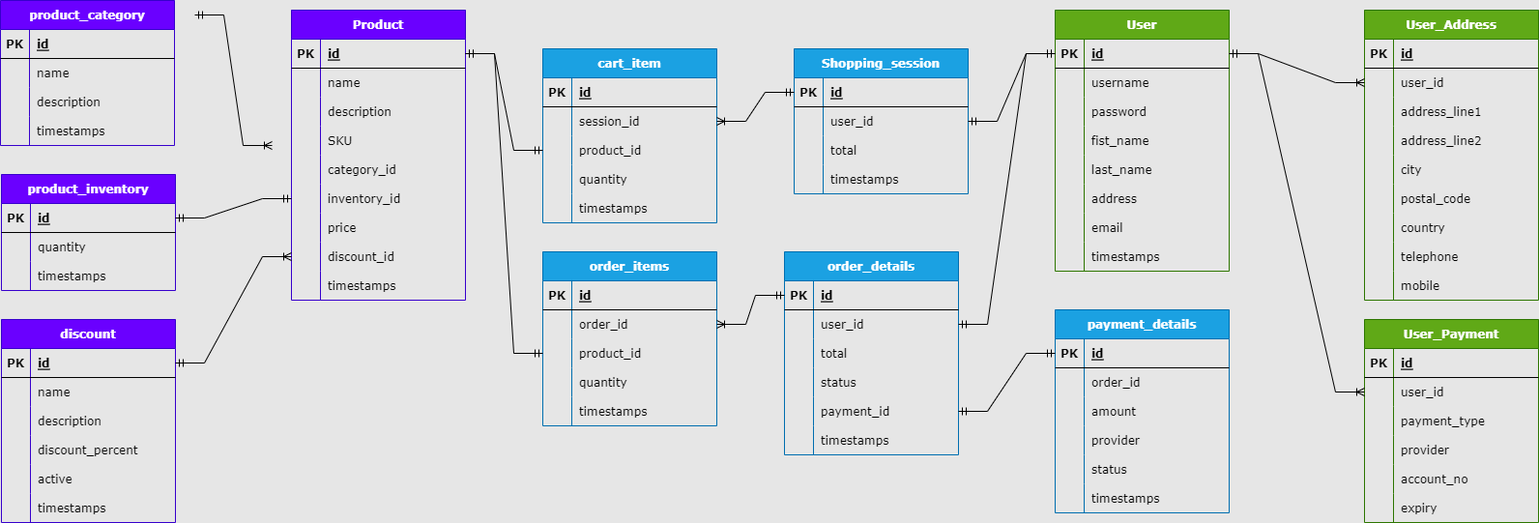
Before: ecommercedb.png, a diagram exported from draw.io (Gross-Franco/E-Commerce). Source tidied: cells renumbered, new cells last; positions are measured from the earlier drawing's top-left corner, leaving out a move shared by most shapes.
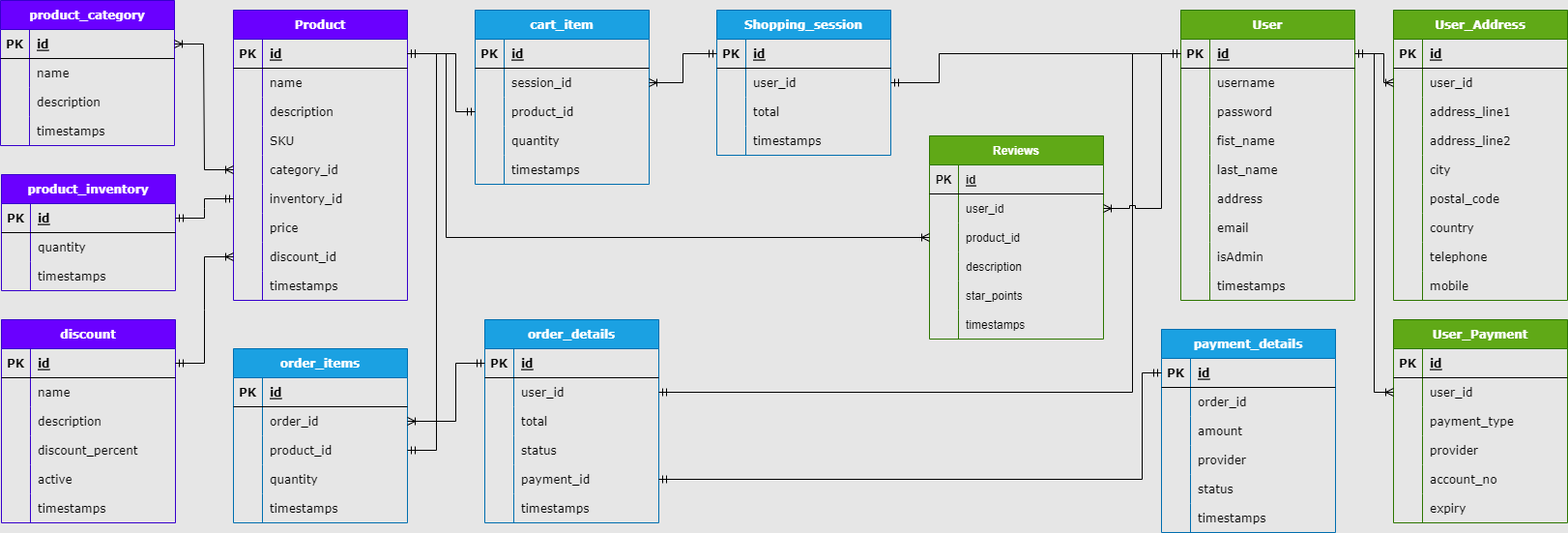
After the change.

What changed in the source:
```diff
@@ -3,7 +3,7 @@
     <mxCell id="0" />
     <mxCell id="1" parent="0" />
     <mxCell id="2" value="User" style="shape=table;startSize=30;rowLines=0;fontStyle=1;align=center;fontFamily=Verdana;fillColor=#60a917;fontColor=#ffffff;strokeColor=#2D7600;" parent="1" vertex="1">
-      <mxGeometry x="1091" y="10" width="180" height="270" as="geometry" />
+      <mxGeometry x="1221" y="10" width="180" height="300" as="geometry" />
     </mxCell>
     <mxCell id="3" style="shape=tableRow;horizontal=0;startSize=0;swimlaneHead=0;swimlaneBody=0;fillColor=none;points=[[0,0.5],[1,0.5]];portConstraint=eastwest;top=0;left=0;right=0;bottom=1;fontFamily=Verdana;" parent="2" vertex="1">
       <mxGeometry y="30" width="180" height="30" as="geometry" />
@@ -68,8 +68,17 @@
     <mxCell id="23" value="email" style="shape=partialRectangle;fillColor=none;top=0;left=0;bottom=0;right=0;align=left;spacingLeft=6;overflow=hidden;fontFamily=Verdana;" parent="21" vertex="1">
       <mxGeometry x="30" width="150" height="30" as="geometry" />
     </mxCell>
+    <mxCell id="239" style="shape=tableRow;horizontal=0;startSize=0;swimlaneHead=0;swimlaneBody=0;fillColor=none;top=0;left=0;right=0;bottom=0;fontFamily=Verdana;" parent="2" vertex="1">
+      <mxGeometry y="240" width="180" height="30" as="geometry" />
+    </mxCell>
+    <mxCell id="240" style="shape=partialRectangle;fillColor=none;top=0;left=0;bottom=0;right=0;overflow=hidden;fontFamily=Verdana;" parent="239" vertex="1">
+      <mxGeometry width="30" height="30" as="geometry" />
+    </mxCell>
+    <mxCell id="241" value="isAdmin" style="shape=partialRectangle;fillColor=none;top=0;left=0;bottom=0;right=0;align=left;spacingLeft=6;overflow=hidden;fontFamily=Verdana;" parent="239" vertex="1">
+      <mxGeometry x="30" width="150" height="30" as="geometry" />
+    </mxCell>
     <mxCell id="24" style="shape=tableRow;horizontal=0;startSize=0;swimlaneHead=0;swimlaneBody=0;fillColor=none;top=0;left=0;right=0;bottom=0;fontFamily=Verdana;" parent="2" vertex="1">
-      <mxGeometry y="240" width="180" height="30" as="geometry" />
+      <mxGeometry y="270" width="180" height="30" as="geometry" />
     </mxCell>
     <mxCell id="25" style="shape=partialRectangle;fillColor=none;top=0;left=0;bottom=0;right=0;overflow=hidden;fontFamily=Verdana;" parent="24" vertex="1">
       <mxGeometry width="30" height="30" as="geometry" />
@@ -78,7 +87,7 @@
       <mxGeometry x="30" width="150" height="30" as="geometry" />
     </mxCell>
     <mxCell id="27" value="User_Address" style="shape=table;startSize=30;rowLines=0;fontStyle=1;align=center;fontFamily=Verdana;fillColor=#60a917;fontColor=#ffffff;strokeColor=#2D7600;" parent="1" vertex="1">
-      <mxGeometry x="1411" y="10" width="180" height="300" as="geometry" />
+      <mxGeometry x="1441" y="10" width="180" height="300" as="geometry" />
     </mxCell>
     <mxCell id="28" style="shape=tableRow;horizontal=0;startSize=0;swimlaneHead=0;swimlaneBody=0;fillColor=none;top=0;left=0;right=0;bottom=1;fontFamily=Verdana;" parent="27" vertex="1">
       <mxGeometry y="30" width="180" height="30" as="geometry" />
@@ -162,7 +171,7 @@
       <mxGeometry x="30" width="150" height="30" as="geometry" />
     </mxCell>
     <mxCell id="55" value="User_Payment" style="shape=table;startSize=30;rowLines=0;fontStyle=1;align=center;fontFamily=Verdana;fillColor=#60a917;fontColor=#ffffff;strokeColor=#2D7600;" parent="1" vertex="1">
-      <mxGeometry x="1411" y="330" width="180" height="210" as="geometry" />
+      <mxGeometry x="1441" y="330" width="180" height="210" as="geometry" />
     </mxCell>
     <mxCell id="56" style="shape=tableRow;horizontal=0;startSize=0;swimlaneHead=0;swimlaneBody=0;fillColor=none;top=0;left=0;right=0;bottom=1;fontFamily=Verdana;" parent="55" vertex="1">
       <mxGeometry y="30" width="180" height="30" as="geometry" />
@@ -219,7 +228,7 @@
       <mxGeometry x="30" width="150" height="30" as="geometry" />
     </mxCell>
     <mxCell id="74" value="Product" style="shape=table;startSize=30;rowLines=0;fontStyle=1;align=center;fontFamily=Verdana;fillColor=#6a00ff;fontColor=#ffffff;strokeColor=#3700CC;" parent="1" vertex="1">
-      <mxGeometry x="301" y="10" width="180" height="300" as="geometry" />
+      <mxGeometry x="241" y="10" width="180" height="300" as="geometry" />
     </mxCell>
     <mxCell id="75" style="shape=tableRow;horizontal=0;startSize=0;swimlaneHead=0;swimlaneBody=0;fillColor=none;points=[[0,0.5],[1,0.5]];portConstraint=eastwest;top=0;left=0;right=0;bottom=1;fontFamily=Verdana;" parent="74" vertex="1">
       <mxGeometry y="30" width="180" height="30" as="geometry" />
@@ -428,12 +437,6 @@
     <mxCell id="143" value="timestamps" style="shape=partialRectangle;fillColor=none;top=0;left=0;bottom=0;right=0;align=left;spacingLeft=6;overflow=hidden;fontFamily=Verdana;" parent="141" vertex="1">
       <mxGeometry x="30" width="150" height="30" as="geometry" />
     </mxCell>
-    <mxCell id="144" style="edgeStyle=entityRelationEdgeStyle;fontSize=12;html=1;endArrow=ERoneToMany;startArrow=ERmandOne;rounded=0;fontFamily=Verdana;" parent="1" edge="1">
-      <mxGeometry relative="1" as="geometry">
-        <mxPoint x="201" y="15" as="sourcePoint" />
-        <mxPoint x="281" y="150" as="targetPoint" />
-      </mxGeometry>
-    </mxCell>
     <mxCell id="145" style="edgeStyle=entityRelationEdgeStyle;fontSize=12;html=1;endArrow=ERmandOne;startArrow=ERmandOne;rounded=0;fontFamily=Verdana;" parent="1" edge="1" source="103" target="90">
       <mxGeometry relative="1" as="geometry" />
     </mxCell>
@@ -441,7 +444,7 @@
       <mxGeometry relative="1" as="geometry" />
     </mxCell>
     <mxCell id="147" value="Shopping_session" style="shape=table;startSize=30;rowLines=0;fontStyle=1;align=center;fontFamily=Verdana;fillColor=#1ba1e2;fontColor=#ffffff;strokeColor=#006EAF;" parent="1" vertex="1">
-      <mxGeometry x="821" y="50" width="180" height="150" as="geometry" />
+      <mxGeometry x="741" y="10" width="180" height="150" as="geometry" />
     </mxCell>
     <mxCell id="148" style="shape=tableRow;horizontal=0;startSize=0;swimlaneHead=0;swimlaneBody=0;fillColor=none;points=[[0,0.5],[1,0.5]];portConstraint=eastwest;top=0;left=0;right=0;bottom=1;fontFamily=Verdana;" parent="147" vertex="1">
       <mxGeometry y="30" width="180" height="30" as="geometry" />
@@ -480,7 +483,7 @@
       <mxGeometry x="30" width="150" height="30" as="geometry" />
     </mxCell>
     <mxCell id="160" value="cart_item" style="shape=table;startSize=30;rowLines=0;fontStyle=1;align=center;fontFamily=Verdana;fillColor=#1ba1e2;fontColor=#ffffff;strokeColor=#006EAF;" parent="1" vertex="1">
-      <mxGeometry x="561" y="50" width="180" height="180" as="geometry" />
+      <mxGeometry x="491" y="10" width="180" height="180" as="geometry" />
     </mxCell>
     <mxCell id="161" style="shape=tableRow;horizontal=0;startSize=0;swimlaneHead=0;swimlaneBody=0;fillColor=none;top=0;left=0;right=0;bottom=1;fontFamily=Verdana;" parent="160" vertex="1">
       <mxGeometry y="30" width="180" height="30" as="geometry" />
@@ -527,17 +530,27 @@
     <mxCell id="175" value="timestamps" style="shape=partialRectangle;fillColor=none;top=0;left=0;bottom=0;right=0;align=left;spacingLeft=6;overflow=hidden;fontFamily=Verdana;" parent="173" vertex="1">
       <mxGeometry x="30" width="150" height="30" as="geometry" />
     </mxCell>
-    <mxCell id="176" style="edgeStyle=entityRelationEdgeStyle;fontSize=12;html=1;endArrow=ERmandOne;startArrow=ERmandOne;rounded=0;fontFamily=Verdana;" parent="1" edge="1" source="151" target="3">
-      <mxGeometry relative="1" as="geometry" />
+    <mxCell id="176" style="edgeStyle=orthogonalEdgeStyle;fontSize=12;html=1;endArrow=ERmandOne;startArrow=ERmandOne;rounded=0;fontFamily=Verdana;" parent="1" edge="1" source="151" target="3">
+      <mxGeometry relative="1" as="geometry">
+        <Array as="points">
+          <mxPoint x="971" y="85" />
+          <mxPoint x="971" y="55" />
+        </Array>
+      </mxGeometry>
     </mxCell>
-    <mxCell id="177" style="edgeStyle=entityRelationEdgeStyle;fontSize=12;html=1;endArrow=ERoneToMany;startArrow=ERmandOne;rounded=0;fontFamily=Verdana;" parent="1" edge="1" source="148" target="164">
+    <mxCell id="177" style="edgeStyle=orthogonalEdgeStyle;fontSize=12;html=1;endArrow=ERoneToMany;startArrow=ERmandOne;rounded=0;fontFamily=Verdana;" parent="1" edge="1" source="148" target="164">
       <mxGeometry relative="1" as="geometry" />
     </mxCell>
-    <mxCell id="178" style="edgeStyle=entityRelationEdgeStyle;fontSize=12;html=1;endArrow=ERmandOne;startArrow=ERmandOne;rounded=0;fontFamily=Verdana;" parent="1" edge="1" source="75" target="167">
-      <mxGeometry relative="1" as="geometry" />
+    <mxCell id="178" style="edgeStyle=orthogonalEdgeStyle;fontSize=12;html=1;endArrow=ERmandOne;startArrow=ERmandOne;rounded=0;fontFamily=Verdana;" parent="1" edge="1" source="75" target="167">
+      <mxGeometry relative="1" as="geometry">
+        <Array as="points">
+          <mxPoint x="471" y="55" />
+          <mxPoint x="471" y="115" />
+        </Array>
+      </mxGeometry>
     </mxCell>
     <mxCell id="179" value="order_items" style="shape=table;startSize=30;rowLines=0;fontStyle=1;align=center;fontFamily=Verdana;fillColor=#1ba1e2;fontColor=#ffffff;strokeColor=#006EAF;" parent="1" vertex="1">
-      <mxGeometry x="561" y="260" width="180" height="180" as="geometry" />
+      <mxGeometry x="241" y="360" width="180" height="180" as="geometry" />
     </mxCell>
     <mxCell id="180" style="shape=tableRow;horizontal=0;startSize=0;swimlaneHead=0;swimlaneBody=0;fillColor=none;top=0;left=0;right=0;bottom=1;fontFamily=Verdana;" parent="179" vertex="1">
       <mxGeometry y="30" width="180" height="30" as="geometry" />
@@ -584,11 +597,16 @@
     <mxCell id="194" value="timestamps" style="shape=partialRectangle;fillColor=none;top=0;left=0;bottom=0;right=0;align=left;spacingLeft=6;overflow=hidden;fontFamily=Verdana;" parent="192" vertex="1">
       <mxGeometry x="30" width="150" height="30" as="geometry" />
     </mxCell>
-    <mxCell id="195" style="edgeStyle=entityRelationEdgeStyle;fontSize=12;html=1;endArrow=ERmandOne;startArrow=ERmandOne;rounded=0;fontFamily=Verdana;" parent="1" edge="1" source="75" target="186">
-      <mxGeometry relative="1" as="geometry" />
+    <mxCell id="195" style="edgeStyle=orthogonalEdgeStyle;fontSize=12;html=1;endArrow=ERmandOne;startArrow=ERmandOne;fontFamily=Verdana;rounded=0;jumpStyle=sharp;" parent="1" edge="1" source="75" target="186">
+      <mxGeometry relative="1" as="geometry">
+        <Array as="points">
+          <mxPoint x="451" y="55" />
+          <mxPoint x="451" y="465" />
+        </Array>
+      </mxGeometry>
     </mxCell>
     <mxCell id="196" value="order_details" style="shape=table;startSize=30;rowLines=0;fontStyle=1;align=center;fontFamily=Verdana;fillColor=#1ba1e2;fontColor=#ffffff;strokeColor=#006EAF;" parent="1" vertex="1">
-      <mxGeometry x="811" y="260" width="180" height="210" as="geometry" />
+      <mxGeometry x="501" y="330" width="180" height="210" as="geometry" />
     </mxCell>
     <mxCell id="197" style="shape=tableRow;horizontal=0;startSize=0;swimlaneHead=0;swimlaneBody=0;fillColor=none;points=[[0,0.5],[1,0.5]];portConstraint=eastwest;top=0;left=0;right=0;bottom=1;fontFamily=Verdana;" parent="196" vertex="1">
       <mxGeometry y="30" width="180" height="30" as="geometry" />
@@ -644,14 +662,24 @@
     <mxCell id="214" value="timestamps" style="shape=partialRectangle;fillColor=none;top=0;left=0;bottom=0;right=0;align=left;spacingLeft=6;overflow=hidden;fontFamily=Verdana;" parent="212" vertex="1">
       <mxGeometry x="30" width="150" height="30" as="geometry" />
     </mxCell>
-    <mxCell id="215" style="edgeStyle=entityRelationEdgeStyle;fontSize=12;html=1;endArrow=ERmandOne;startArrow=ERmandOne;rounded=0;fontFamily=Verdana;" parent="1" edge="1" source="200" target="3">
-      <mxGeometry relative="1" as="geometry" />
+    <mxCell id="215" style="edgeStyle=orthogonalEdgeStyle;fontSize=12;html=1;endArrow=ERmandOne;startArrow=ERmandOne;rounded=0;fontFamily=Verdana;" parent="1" edge="1" source="200" target="3">
+      <mxGeometry relative="1" as="geometry">
+        <Array as="points">
+          <mxPoint x="1171" y="405" />
+          <mxPoint x="1171" y="55" />
+        </Array>
+      </mxGeometry>
     </mxCell>
-    <mxCell id="216" style="edgeStyle=entityRelationEdgeStyle;fontSize=12;html=1;endArrow=ERoneToMany;startArrow=ERmandOne;rounded=0;fontFamily=Verdana;" parent="1" edge="1" source="197" target="183">
-      <mxGeometry relative="1" as="geometry" />
+    <mxCell id="216" style="edgeStyle=orthogonalEdgeStyle;fontSize=12;html=1;endArrow=ERoneToMany;startArrow=ERmandOne;rounded=0;fontFamily=Verdana;" parent="1" edge="1" source="197" target="183">
+      <mxGeometry relative="1" as="geometry">
+        <Array as="points">
+          <mxPoint x="471" y="375" />
+          <mxPoint x="471" y="435" />
+        </Array>
+      </mxGeometry>
     </mxCell>
     <mxCell id="217" value="payment_details" style="shape=table;startSize=30;rowLines=0;fontStyle=1;align=center;fontFamily=Verdana;fillColor=#1ba1e2;fontColor=#ffffff;strokeColor=#006EAF;" parent="1" vertex="1">
-      <mxGeometry x="1091" y="320" width="180" height="210" as="geometry" />
+      <mxGeometry x="1201" y="340" width="180" height="210" as="geometry" />
     </mxCell>
     <mxCell id="218" style="shape=tableRow;horizontal=0;startSize=0;swimlaneHead=0;swimlaneBody=0;fillColor=none;points=[[0,0.5],[1,0.5]];portConstraint=eastwest;top=0;left=0;right=0;bottom=1;fontFamily=Verdana;" parent="217" vertex="1">
       <mxGeometry y="30" width="180" height="30" as="geometry" />
@@ -707,14 +735,105 @@
     <mxCell id="235" value="timestamps" style="shape=partialRectangle;fillColor=none;top=0;left=0;bottom=0;right=0;align=left;spacingLeft=6;overflow=hidden;fontFamily=Verdana;" parent="233" vertex="1">
       <mxGeometry x="30" width="150" height="30" as="geometry" />
     </mxCell>
-    <mxCell id="236" style="edgeStyle=entityRelationEdgeStyle;fontSize=12;html=1;endArrow=ERmandOne;startArrow=ERmandOne;rounded=0;fontFamily=Verdana;" parent="1" edge="1" source="209" target="218">
-      <mxGeometry relative="1" as="geometry" />
+    <mxCell id="236" style="edgeStyle=orthogonalEdgeStyle;fontSize=12;html=1;endArrow=ERmandOne;startArrow=ERmandOne;rounded=0;fontFamily=Verdana;entryX=0;entryY=0.5;entryDx=0;entryDy=0;" parent="1" edge="1" source="209" target="218">
+      <mxGeometry relative="1" as="geometry">
+        <Array as="points">
+          <mxPoint x="1181" y="495" />
+          <mxPoint x="1181" y="385" />
+        </Array>
+      </mxGeometry>
     </mxCell>
-    <mxCell id="237" style="edgeStyle=entityRelationEdgeStyle;fontSize=12;html=1;endArrow=ERoneToMany;startArrow=ERmandOne;rounded=0;fontFamily=Verdana;" parent="1" edge="1" source="3" target="31">
-      <mxGeometry relative="1" as="geometry" />
+    <mxCell id="237" style="edgeStyle=orthogonalEdgeStyle;fontSize=12;html=1;endArrow=ERoneToMany;startArrow=ERmandOne;rounded=0;fontFamily=Verdana;" parent="1" edge="1" source="3" target="31">
+      <mxGeometry relative="1" as="geometry">
+        <Array as="points">
+          <mxPoint x="1431" y="55" />
+          <mxPoint x="1431" y="85" />
+        </Array>
+      </mxGeometry>
     </mxCell>
-    <mxCell id="238" style="edgeStyle=entityRelationEdgeStyle;fontSize=12;html=1;endArrow=ERoneToMany;startArrow=ERmandOne;rounded=0;fontFamily=Verdana;" parent="1" edge="1" source="3" target="59">
-      <mxGeometry relative="1" as="geometry" />
+    <mxCell id="238" style="edgeStyle=orthogonalEdgeStyle;fontSize=12;html=1;endArrow=ERoneToMany;startArrow=ERmandOne;rounded=0;fontFamily=Verdana;" parent="1" edge="1" source="3" target="59">
+      <mxGeometry relative="1" as="geometry">
+        <Array as="points">
+          <mxPoint x="1421" y="55" />
+          <mxPoint x="1421" y="405" />
+        </Array>
+      </mxGeometry>
     </mxCell>
+    <mxCell id="242" value="Reviews" style="shape=table;startSize=30;rowLines=0;fontStyle=1;align=center;fillColor=#60a917;strokeColor=#2D7600;fontColor=#ffffff;" parent="1" vertex="1">
+      <mxGeometry x="961" y="140" width="180" height="210" as="geometry" />
+    </mxCell>
+    <mxCell id="243" style="shape=tableRow;horizontal=0;startSize=0;swimlaneHead=0;swimlaneBody=0;fillColor=none;top=0;left=0;right=0;bottom=1;" parent="242" vertex="1">
+      <mxGeometry y="30" width="180" height="30" as="geometry" />
+    </mxCell>
+    <mxCell id="244" value="PK" style="shape=partialRectangle;fillColor=none;top=0;left=0;bottom=0;right=0;fontStyle=1;overflow=hidden;" parent="243" vertex="1">
+      <mxGeometry width="30" height="30" as="geometry" />
+    </mxCell>
+    <mxCell id="245" value="id" style="shape=partialRectangle;fillColor=none;top=0;left=0;bottom=0;right=0;align=left;spacingLeft=6;fontStyle=5;overflow=hidden;" parent="243" vertex="1">
+      <mxGeometry x="30" width="150" height="30" as="geometry" />
+    </mxCell>
+    <mxCell id="246" style="shape=tableRow;horizontal=0;startSize=0;swimlaneHead=0;swimlaneBody=0;fillColor=none;points=[[0,0.5],[1,0.5]];portConstraint=eastwest;top=0;left=0;right=0;bottom=0;" parent="242" vertex="1">
+      <mxGeometry y="60" width="180" height="30" as="geometry" />
+    </mxCell>
+    <mxCell id="247" style="shape=partialRectangle;fillColor=none;top=0;left=0;bottom=0;right=0;overflow=hidden;" parent="246" vertex="1">
+      <mxGeometry width="30" height="30" as="geometry" />
+    </mxCell>
+    <mxCell id="248" value="user_id" style="shape=partialRectangle;fillColor=none;top=0;left=0;bottom=0;right=0;align=left;spacingLeft=6;overflow=hidden;" parent="246" vertex="1">
+      <mxGeometry x="30" width="150" height="30" as="geometry" />
+    </mxCell>
+    <mxCell id="249" style="shape=tableRow;horizontal=0;startSize=0;swimlaneHead=0;swimlaneBody=0;fillColor=none;points=[[0,0.5],[1,0.5]];portConstraint=eastwest;top=0;left=0;right=0;bottom=0;" parent="242" vertex="1">
+      <mxGeometry y="90" width="180" height="30" as="geometry" />
+    </mxCell>
+    <mxCell id="250" style="shape=partialRectangle;fillColor=none;top=0;left=0;bottom=0;right=0;overflow=hidden;" parent="249" vertex="1">
+      <mxGeometry width="30" height="30" as="geometry" />
+    </mxCell>
+    <mxCell id="251" value="product_id" style="shape=partialRectangle;fillColor=none;top=0;left=0;bottom=0;right=0;align=left;spacingLeft=6;overflow=hidden;" parent="249" vertex="1">
+      <mxGeometry x="30" width="150" height="30" as="geometry" />
+    </mxCell>
+    <mxCell id="252" style="shape=tableRow;horizontal=0;startSize=0;swimlaneHead=0;swimlaneBody=0;fillColor=none;top=0;left=0;right=0;bottom=0;" parent="242" vertex="1">
+      <mxGeometry y="120" width="180" height="30" as="geometry" />
+    </mxCell>
+    <mxCell id="253" style="shape=partialRectangle;fillColor=none;top=0;left=0;bottom=0;right=0;overflow=hidden;" parent="252" vertex="1">
+      <mxGeometry width="30" height="30" as="geometry" />
+    </mxCell>
+    <mxCell id="254" value="description" style="shape=partialRectangle;fillColor=none;top=0;left=0;bottom=0;right=0;align=left;spacingLeft=6;overflow=hidden;" parent="252" vertex="1">
+      <mxGeometry x="30" width="150" height="30" as="geometry" />
+    </mxCell>
+    <mxCell id="255" style="shape=tableRow;horizontal=0;startSize=0;swimlaneHead=0;swimlaneBody=0;fillColor=none;top=0;left=0;right=0;bottom=0;" parent="242" vertex="1">
+      <mxGeometry y="150" width="180" height="30" as="geometry" />
+    </mxCell>
+    <mxCell id="256" style="shape=partialRectangle;fillColor=none;top=0;left=0;bottom=0;right=0;overflow=hidden;" parent="255" vertex="1">
+      <mxGeometry width="30" height="30" as="geometry" />
+    </mxCell>
+    <mxCell id="257" value="star_points" style="shape=partialRectangle;fillColor=none;top=0;left=0;bottom=0;right=0;align=left;spacingLeft=6;overflow=hidden;" parent="255" vertex="1">
+      <mxGeometry x="30" width="150" height="30" as="geometry" />
+    </mxCell>
+    <mxCell id="258" style="shape=tableRow;horizontal=0;startSize=0;swimlaneHead=0;swimlaneBody=0;fillColor=none;top=0;left=0;right=0;bottom=0;" parent="242" vertex="1">
+      <mxGeometry y="180" width="180" height="30" as="geometry" />
+    </mxCell>
+    <mxCell id="259" style="shape=partialRectangle;fillColor=none;top=0;left=0;bottom=0;right=0;overflow=hidden;" parent="258" vertex="1">
+      <mxGeometry width="30" height="30" as="geometry" />
+    </mxCell>
+    <mxCell id="260" value="timestamps" style="shape=partialRectangle;fillColor=none;top=0;left=0;bottom=0;right=0;align=left;spacingLeft=6;overflow=hidden;" parent="258" vertex="1">
+      <mxGeometry x="30" width="150" height="30" as="geometry" />
+    </mxCell>
+    <mxCell id="261" style="edgeStyle=orthogonalEdgeStyle;fontSize=12;html=1;endArrow=ERoneToMany;startArrow=ERmandOne;rounded=0;jumpStyle=sharp;" parent="1" edge="1" source="3" target="246">
+      <mxGeometry relative="1" as="geometry">
+        <Array as="points">
+          <mxPoint x="1201" y="55" />
+          <mxPoint x="1201" y="215" />
+        </Array>
+      </mxGeometry>
+    </mxCell>
+    <mxCell id="262" style="edgeStyle=orthogonalEdgeStyle;fontSize=12;html=1;endArrow=ERoneToMany;startArrow=ERmandOne;rounded=0;jumpStyle=sharp;" parent="1" edge="1" source="75" target="249">
+      <mxGeometry relative="1" as="geometry">
+        <Array as="points">
+          <mxPoint x="461" y="55" />
+          <mxPoint x="461" y="245" />
+        </Array>
+      </mxGeometry>
+    </mxCell>
+    <mxCell id="263" style="edgeStyle=entityRelationEdgeStyle;fontSize=12;html=1;endArrow=ERoneToMany;startArrow=ERoneToMany;rounded=0;jumpStyle=sharp;" parent="1" edge="1" source="132" target="87">
+      <mxGeometry relative="1" as="geometry" />
+    </mxCell>
   </root>
 </mxGraphModel>
```
